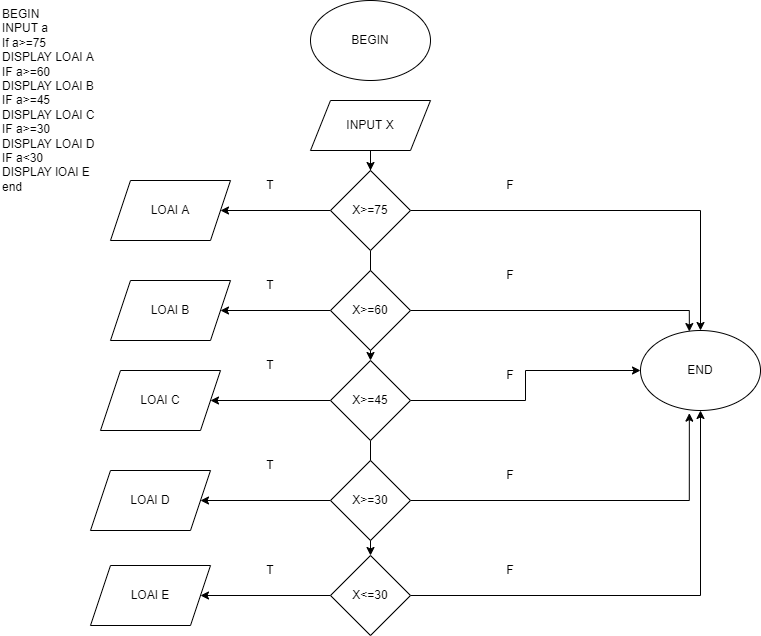
Before: modul1/s3_pseudocode_va_flowchart/bai_tap/bai_toan_dieu_kien.png, a diagram exported from draw.io (nguyenvanhuy656688/C0722G1-Nguyen-Van-Huy). Source tidied: cells renumbered, new cells last; positions are measured from the earlier drawing's top-left corner, leaving out a move shared by most shapes. The source it was exported from:
```xml
<mxGraphModel>
  <root>
    <mxCell id="0" />
    <mxCell id="1" parent="0" />
    <mxCell id="2" value="BEGIN" style="ellipse;whiteSpace=wrap;html=1;" parent="1" vertex="1">
      <mxGeometry x="310" width="120" height="80" as="geometry" />
    </mxCell>
    <mxCell id="3" style="edgeStyle=orthogonalEdgeStyle;rounded=0;jettySize=auto;html=1;" parent="1" edge="1" source="4" target="13">
      <mxGeometry relative="1" as="geometry" />
    </mxCell>
    <mxCell id="4" value="INPUT X" style="shape=parallelogram;perimeter=parallelogramPerimeter;whiteSpace=wrap;html=1;fixedSize=1;" parent="1" vertex="1">
      <mxGeometry x="310" y="100" width="120" height="50" as="geometry" />
    </mxCell>
    <mxCell id="5" value="LOAI A" style="shape=parallelogram;perimeter=parallelogramPerimeter;whiteSpace=wrap;html=1;fixedSize=1;" parent="1" vertex="1">
      <mxGeometry x="110" y="180" width="120" height="60" as="geometry" />
    </mxCell>
    <mxCell id="6" value="LOAI B" style="shape=parallelogram;perimeter=parallelogramPerimeter;whiteSpace=wrap;html=1;fixedSize=1;" parent="1" vertex="1">
      <mxGeometry x="110" y="280" width="120" height="60" as="geometry" />
    </mxCell>
    <mxCell id="7" value="LOAI C" style="shape=parallelogram;perimeter=parallelogramPerimeter;whiteSpace=wrap;html=1;fixedSize=1;" parent="1" vertex="1">
      <mxGeometry x="100" y="370" width="120" height="60" as="geometry" />
    </mxCell>
    <mxCell id="8" value="LOAI D" style="shape=parallelogram;perimeter=parallelogramPerimeter;whiteSpace=wrap;html=1;fixedSize=1;" parent="1" vertex="1">
      <mxGeometry x="90" y="470" width="120" height="60" as="geometry" />
    </mxCell>
    <mxCell id="9" value="LOAI E" style="shape=parallelogram;perimeter=parallelogramPerimeter;whiteSpace=wrap;html=1;fixedSize=1;" parent="1" vertex="1">
      <mxGeometry x="90" y="565" width="120" height="60" as="geometry" />
    </mxCell>
    <mxCell id="10" style="edgeStyle=orthogonalEdgeStyle;rounded=0;jettySize=auto;html=1;entryX=0.5;entryY=0;entryDx=0;entryDy=0;" parent="1" edge="1" source="13" target="27">
      <mxGeometry relative="1" as="geometry" />
    </mxCell>
    <mxCell id="11" style="edgeStyle=orthogonalEdgeStyle;rounded=0;jettySize=auto;html=1;" parent="1" edge="1" source="13" target="20">
      <mxGeometry relative="1" as="geometry" />
    </mxCell>
    <mxCell id="12" style="edgeStyle=orthogonalEdgeStyle;rounded=0;jettySize=auto;html=1;entryX=1;entryY=0.5;entryDx=0;entryDy=0;" parent="1" edge="1" source="13" target="5">
      <mxGeometry relative="1" as="geometry" />
    </mxCell>
    <mxCell id="13" value="X&amp;gt;=75" style="rhombus;whiteSpace=wrap;html=1;" parent="1" vertex="1">
      <mxGeometry x="330" y="170" width="80" height="80" as="geometry" />
    </mxCell>
    <mxCell id="14" style="edgeStyle=orthogonalEdgeStyle;rounded=0;jettySize=auto;html=1;entryX=0.407;entryY=0.013;entryDx=0;entryDy=0;entryPerimeter=0;" parent="1" edge="1" source="16" target="27">
      <mxGeometry relative="1" as="geometry" />
    </mxCell>
    <mxCell id="15" style="edgeStyle=orthogonalEdgeStyle;rounded=0;jettySize=auto;html=1;entryX=1;entryY=0.5;entryDx=0;entryDy=0;" parent="1" edge="1" source="16" target="6">
      <mxGeometry relative="1" as="geometry" />
    </mxCell>
    <mxCell id="16" value="X&amp;gt;=60" style="rhombus;whiteSpace=wrap;html=1;" parent="1" vertex="1">
      <mxGeometry x="330" y="270" width="80" height="80" as="geometry" />
    </mxCell>
    <mxCell id="17" style="edgeStyle=orthogonalEdgeStyle;rounded=0;jettySize=auto;html=1;" parent="1" edge="1" source="20" target="27">
      <mxGeometry relative="1" as="geometry" />
    </mxCell>
    <mxCell id="18" style="edgeStyle=orthogonalEdgeStyle;rounded=0;jettySize=auto;html=1;" parent="1" edge="1" source="20" target="26">
      <mxGeometry relative="1" as="geometry" />
    </mxCell>
    <mxCell id="19" style="edgeStyle=orthogonalEdgeStyle;rounded=0;jettySize=auto;html=1;entryX=1;entryY=0.5;entryDx=0;entryDy=0;" parent="1" edge="1" source="20" target="7">
      <mxGeometry relative="1" as="geometry" />
    </mxCell>
    <mxCell id="20" value="X&amp;gt;=45" style="rhombus;whiteSpace=wrap;html=1;" parent="1" vertex="1">
      <mxGeometry x="330" y="360" width="80" height="80" as="geometry" />
    </mxCell>
    <mxCell id="21" style="edgeStyle=orthogonalEdgeStyle;rounded=0;jettySize=auto;html=1;entryX=0.407;entryY=1.033;entryDx=0;entryDy=0;entryPerimeter=0;" parent="1" edge="1" source="23" target="27">
      <mxGeometry relative="1" as="geometry" />
    </mxCell>
    <mxCell id="22" style="edgeStyle=orthogonalEdgeStyle;rounded=0;jettySize=auto;html=1;entryX=1;entryY=0.5;entryDx=0;entryDy=0;" parent="1" edge="1" source="23" target="8">
      <mxGeometry relative="1" as="geometry" />
    </mxCell>
    <mxCell id="23" value="X&amp;gt;=30" style="rhombus;whiteSpace=wrap;html=1;" parent="1" vertex="1">
      <mxGeometry x="330" y="460" width="80" height="80" as="geometry" />
    </mxCell>
    <mxCell id="24" style="edgeStyle=orthogonalEdgeStyle;rounded=0;jettySize=auto;html=1;entryX=0.5;entryY=1;entryDx=0;entryDy=0;" parent="1" edge="1" source="26" target="27">
      <mxGeometry relative="1" as="geometry" />
    </mxCell>
    <mxCell id="25" style="edgeStyle=orthogonalEdgeStyle;rounded=0;jettySize=auto;html=1;entryX=1;entryY=0.5;entryDx=0;entryDy=0;" parent="1" edge="1" source="26" target="9">
      <mxGeometry relative="1" as="geometry" />
    </mxCell>
    <mxCell id="26" value="X&amp;lt;=30" style="rhombus;whiteSpace=wrap;html=1;" parent="1" vertex="1">
      <mxGeometry x="330" y="555" width="80" height="80" as="geometry" />
    </mxCell>
    <mxCell id="27" value="END" style="ellipse;whiteSpace=wrap;html=1;" parent="1" vertex="1">
      <mxGeometry x="640" y="330" width="120" height="80" as="geometry" />
    </mxCell>
    <mxCell id="28" value="T" style="text;html=1;strokeColor=none;fillColor=none;align=center;verticalAlign=middle;whiteSpace=wrap;rounded=0;" parent="1" vertex="1">
      <mxGeometry x="240" y="170" width="60" height="30" as="geometry" />
    </mxCell>
    <mxCell id="29" value="T" style="text;html=1;strokeColor=none;fillColor=none;align=center;verticalAlign=middle;whiteSpace=wrap;rounded=0;" parent="1" vertex="1">
      <mxGeometry x="240" y="270" width="60" height="30" as="geometry" />
    </mxCell>
    <mxCell id="30" value="T" style="text;html=1;strokeColor=none;fillColor=none;align=center;verticalAlign=middle;whiteSpace=wrap;rounded=0;" parent="1" vertex="1">
      <mxGeometry x="240" y="350" width="60" height="30" as="geometry" />
    </mxCell>
    <mxCell id="31" value="T" style="text;html=1;strokeColor=none;fillColor=none;align=center;verticalAlign=middle;whiteSpace=wrap;rounded=0;" parent="1" vertex="1">
      <mxGeometry x="240" y="450" width="60" height="30" as="geometry" />
    </mxCell>
    <mxCell id="32" value="T" style="text;html=1;strokeColor=none;fillColor=none;align=center;verticalAlign=middle;whiteSpace=wrap;rounded=0;" parent="1" vertex="1">
      <mxGeometry x="240" y="555" width="60" height="30" as="geometry" />
    </mxCell>
    <mxCell id="33" value="F" style="text;html=1;strokeColor=none;fillColor=none;align=center;verticalAlign=middle;whiteSpace=wrap;rounded=0;" parent="1" vertex="1">
      <mxGeometry x="480" y="170" width="60" height="30" as="geometry" />
    </mxCell>
    <mxCell id="34" value="F" style="text;html=1;strokeColor=none;fillColor=none;align=center;verticalAlign=middle;whiteSpace=wrap;rounded=0;" parent="1" vertex="1">
      <mxGeometry x="480" y="260" width="60" height="30" as="geometry" />
    </mxCell>
    <mxCell id="35" value="F" style="text;html=1;strokeColor=none;fillColor=none;align=center;verticalAlign=middle;whiteSpace=wrap;rounded=0;" parent="1" vertex="1">
      <mxGeometry x="480" y="360" width="60" height="30" as="geometry" />
    </mxCell>
    <mxCell id="36" value="F" style="text;html=1;strokeColor=none;fillColor=none;align=center;verticalAlign=middle;whiteSpace=wrap;rounded=0;" parent="1" vertex="1">
      <mxGeometry x="480" y="460" width="60" height="30" as="geometry" />
    </mxCell>
    <mxCell id="37" value="F" style="text;html=1;strokeColor=none;fillColor=none;align=center;verticalAlign=middle;whiteSpace=wrap;rounded=0;" parent="1" vertex="1">
      <mxGeometry x="480" y="555" width="60" height="30" as="geometry" />
    </mxCell>
    <mxCell id="38" value="BEGIN&#10;INPUT a&#10;If a&gt;=75&#10;DISPLAY LOAI A&#10;IF a&gt;=60&#10;DISPLAY LOAI B&#10;IF a&gt;=45&#10;DISPLAY LOAI C&#10;IF a&gt;=30&#10;DISPLAY LOAI D&#10;IF a&lt;30&#10;DISPLAY lOAI E&#10;end" style="text;whiteSpace=wrap;html=1;" parent="1" vertex="1">
      <mxGeometry width="130" height="210" as="geometry" />
    </mxCell>
  </root>
</mxGraphModel>
```
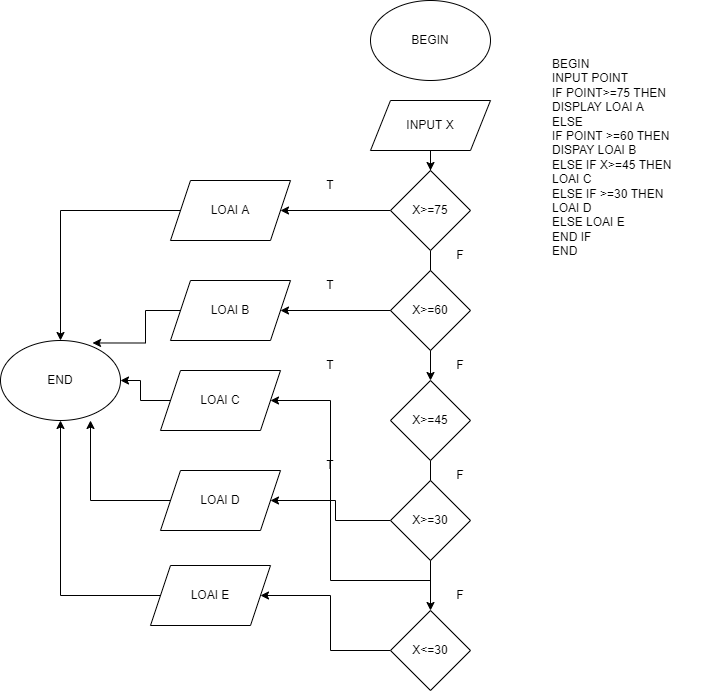
The same file after the commit.

Commit message:
bai_tap

Change to the diagram source:
```diff
@@ -11,24 +11,36 @@
     <mxCell id="4" value="INPUT X" style="shape=parallelogram;perimeter=parallelogramPerimeter;whiteSpace=wrap;html=1;fixedSize=1;" parent="1" vertex="1">
       <mxGeometry x="310" y="100" width="120" height="50" as="geometry" />
     </mxCell>
+    <mxCell id="39" style="edgeStyle=orthogonalEdgeStyle;rounded=0;jettySize=auto;html=1;entryX=0.5;entryY=0;entryDx=0;entryDy=0;" parent="1" edge="1" source="5" target="27">
+      <mxGeometry relative="1" as="geometry" />
+    </mxCell>
     <mxCell id="5" value="LOAI A" style="shape=parallelogram;perimeter=parallelogramPerimeter;whiteSpace=wrap;html=1;fixedSize=1;" parent="1" vertex="1">
       <mxGeometry x="110" y="180" width="120" height="60" as="geometry" />
     </mxCell>
+    <mxCell id="40" style="edgeStyle=orthogonalEdgeStyle;rounded=0;jettySize=auto;html=1;entryX=0.767;entryY=0.031;entryDx=0;entryDy=0;entryPerimeter=0;" parent="1" edge="1" source="6" target="27">
+      <mxGeometry relative="1" as="geometry" />
+    </mxCell>
     <mxCell id="6" value="LOAI B" style="shape=parallelogram;perimeter=parallelogramPerimeter;whiteSpace=wrap;html=1;fixedSize=1;" parent="1" vertex="1">
       <mxGeometry x="110" y="280" width="120" height="60" as="geometry" />
     </mxCell>
+    <mxCell id="41" style="edgeStyle=orthogonalEdgeStyle;rounded=0;jettySize=auto;html=1;" parent="1" edge="1" source="7" target="27">
+      <mxGeometry relative="1" as="geometry" />
+    </mxCell>
     <mxCell id="7" value="LOAI C" style="shape=parallelogram;perimeter=parallelogramPerimeter;whiteSpace=wrap;html=1;fixedSize=1;" parent="1" vertex="1">
       <mxGeometry x="100" y="370" width="120" height="60" as="geometry" />
     </mxCell>
+    <mxCell id="42" style="edgeStyle=orthogonalEdgeStyle;rounded=0;jettySize=auto;html=1;entryX=0.75;entryY=1;entryDx=0;entryDy=0;entryPerimeter=0;" parent="1" edge="1" source="8" target="27">
+      <mxGeometry relative="1" as="geometry" />
+    </mxCell>
     <mxCell id="8" value="LOAI D" style="shape=parallelogram;perimeter=parallelogramPerimeter;whiteSpace=wrap;html=1;fixedSize=1;" parent="1" vertex="1">
-      <mxGeometry x="90" y="470" width="120" height="60" as="geometry" />
+      <mxGeometry x="100" y="470" width="120" height="60" as="geometry" />
     </mxCell>
+    <mxCell id="43" style="edgeStyle=orthogonalEdgeStyle;rounded=0;jettySize=auto;html=1;entryX=0.5;entryY=1;entryDx=0;entryDy=0;" parent="1" edge="1" source="9" target="27">
+      <mxGeometry relative="1" as="geometry" />
+    </mxCell>
     <mxCell id="9" value="LOAI E" style="shape=parallelogram;perimeter=parallelogramPerimeter;whiteSpace=wrap;html=1;fixedSize=1;" parent="1" vertex="1">
       <mxGeometry x="90" y="565" width="120" height="60" as="geometry" />
     </mxCell>
-    <mxCell id="10" style="edgeStyle=orthogonalEdgeStyle;rounded=0;jettySize=auto;html=1;entryX=0.5;entryY=0;entryDx=0;entryDy=0;" parent="1" edge="1" source="13" target="27">
-      <mxGeometry relative="1" as="geometry" />
-    </mxCell>
     <mxCell id="11" style="edgeStyle=orthogonalEdgeStyle;rounded=0;jettySize=auto;html=1;" parent="1" edge="1" source="13" target="20">
       <mxGeometry relative="1" as="geometry" />
     </mxCell>
@@ -38,47 +50,41 @@
     <mxCell id="13" value="X&amp;gt;=75" style="rhombus;whiteSpace=wrap;html=1;" parent="1" vertex="1">
       <mxGeometry x="330" y="170" width="80" height="80" as="geometry" />
     </mxCell>
-    <mxCell id="14" style="edgeStyle=orthogonalEdgeStyle;rounded=0;jettySize=auto;html=1;entryX=0.407;entryY=0.013;entryDx=0;entryDy=0;entryPerimeter=0;" parent="1" edge="1" source="16" target="27">
-      <mxGeometry relative="1" as="geometry" />
-    </mxCell>
     <mxCell id="15" style="edgeStyle=orthogonalEdgeStyle;rounded=0;jettySize=auto;html=1;entryX=1;entryY=0.5;entryDx=0;entryDy=0;" parent="1" edge="1" source="16" target="6">
       <mxGeometry relative="1" as="geometry" />
     </mxCell>
     <mxCell id="16" value="X&amp;gt;=60" style="rhombus;whiteSpace=wrap;html=1;" parent="1" vertex="1">
       <mxGeometry x="330" y="270" width="80" height="80" as="geometry" />
     </mxCell>
-    <mxCell id="17" style="edgeStyle=orthogonalEdgeStyle;rounded=0;jettySize=auto;html=1;" parent="1" edge="1" source="20" target="27">
-      <mxGeometry relative="1" as="geometry" />
-    </mxCell>
     <mxCell id="18" style="edgeStyle=orthogonalEdgeStyle;rounded=0;jettySize=auto;html=1;" parent="1" edge="1" source="20" target="26">
       <mxGeometry relative="1" as="geometry" />
     </mxCell>
     <mxCell id="19" style="edgeStyle=orthogonalEdgeStyle;rounded=0;jettySize=auto;html=1;entryX=1;entryY=0.5;entryDx=0;entryDy=0;" parent="1" edge="1" source="20" target="7">
-      <mxGeometry relative="1" as="geometry" />
+      <mxGeometry relative="1" as="geometry">
+        <Array as="points">
+          <mxPoint x="370" y="580" />
+          <mxPoint x="270" y="580" />
+          <mxPoint x="270" y="400" />
+        </Array>
+      </mxGeometry>
     </mxCell>
     <mxCell id="20" value="X&amp;gt;=45" style="rhombus;whiteSpace=wrap;html=1;" parent="1" vertex="1">
-      <mxGeometry x="330" y="360" width="80" height="80" as="geometry" />
+      <mxGeometry x="330" y="380" width="80" height="80" as="geometry" />
     </mxCell>
-    <mxCell id="21" style="edgeStyle=orthogonalEdgeStyle;rounded=0;jettySize=auto;html=1;entryX=0.407;entryY=1.033;entryDx=0;entryDy=0;entryPerimeter=0;" parent="1" edge="1" source="23" target="27">
-      <mxGeometry relative="1" as="geometry" />
-    </mxCell>
     <mxCell id="22" style="edgeStyle=orthogonalEdgeStyle;rounded=0;jettySize=auto;html=1;entryX=1;entryY=0.5;entryDx=0;entryDy=0;" parent="1" edge="1" source="23" target="8">
       <mxGeometry relative="1" as="geometry" />
     </mxCell>
     <mxCell id="23" value="X&amp;gt;=30" style="rhombus;whiteSpace=wrap;html=1;" parent="1" vertex="1">
-      <mxGeometry x="330" y="460" width="80" height="80" as="geometry" />
+      <mxGeometry x="330" y="480" width="80" height="80" as="geometry" />
     </mxCell>
-    <mxCell id="24" style="edgeStyle=orthogonalEdgeStyle;rounded=0;jettySize=auto;html=1;entryX=0.5;entryY=1;entryDx=0;entryDy=0;" parent="1" edge="1" source="26" target="27">
-      <mxGeometry relative="1" as="geometry" />
-    </mxCell>
     <mxCell id="25" style="edgeStyle=orthogonalEdgeStyle;rounded=0;jettySize=auto;html=1;entryX=1;entryY=0.5;entryDx=0;entryDy=0;" parent="1" edge="1" source="26" target="9">
       <mxGeometry relative="1" as="geometry" />
     </mxCell>
     <mxCell id="26" value="X&amp;lt;=30" style="rhombus;whiteSpace=wrap;html=1;" parent="1" vertex="1">
-      <mxGeometry x="330" y="555" width="80" height="80" as="geometry" />
+      <mxGeometry x="330" y="610" width="80" height="80" as="geometry" />
     </mxCell>
     <mxCell id="27" value="END" style="ellipse;whiteSpace=wrap;html=1;" parent="1" vertex="1">
-      <mxGeometry x="640" y="330" width="120" height="80" as="geometry" />
+      <mxGeometry x="-60" y="340" width="120" height="80" as="geometry" />
     </mxCell>
     <mxCell id="28" value="T" style="text;html=1;strokeColor=none;fillColor=none;align=center;verticalAlign=middle;whiteSpace=wrap;rounded=0;" parent="1" vertex="1">
       <mxGeometry x="240" y="170" width="60" height="30" as="geometry" />
@@ -92,26 +98,20 @@
     <mxCell id="31" value="T" style="text;html=1;strokeColor=none;fillColor=none;align=center;verticalAlign=middle;whiteSpace=wrap;rounded=0;" parent="1" vertex="1">
       <mxGeometry x="240" y="450" width="60" height="30" as="geometry" />
     </mxCell>
-    <mxCell id="32" value="T" style="text;html=1;strokeColor=none;fillColor=none;align=center;verticalAlign=middle;whiteSpace=wrap;rounded=0;" parent="1" vertex="1">
-      <mxGeometry x="240" y="555" width="60" height="30" as="geometry" />
-    </mxCell>
-    <mxCell id="33" value="F" style="text;html=1;strokeColor=none;fillColor=none;align=center;verticalAlign=middle;whiteSpace=wrap;rounded=0;" parent="1" vertex="1">
-      <mxGeometry x="480" y="170" width="60" height="30" as="geometry" />
-    </mxCell>
-    <mxCell id="34" value="F" style="text;html=1;strokeColor=none;fillColor=none;align=center;verticalAlign=middle;whiteSpace=wrap;rounded=0;" parent="1" vertex="1">
-      <mxGeometry x="480" y="260" width="60" height="30" as="geometry" />
-    </mxCell>
-    <mxCell id="35" value="F" style="text;html=1;strokeColor=none;fillColor=none;align=center;verticalAlign=middle;whiteSpace=wrap;rounded=0;" parent="1" vertex="1">
-      <mxGeometry x="480" y="360" width="60" height="30" as="geometry" />
-    </mxCell>
-    <mxCell id="36" value="F" style="text;html=1;strokeColor=none;fillColor=none;align=center;verticalAlign=middle;whiteSpace=wrap;rounded=0;" parent="1" vertex="1">
-      <mxGeometry x="480" y="460" width="60" height="30" as="geometry" />
-    </mxCell>
-    <mxCell id="37" value="F" style="text;html=1;strokeColor=none;fillColor=none;align=center;verticalAlign=middle;whiteSpace=wrap;rounded=0;" parent="1" vertex="1">
-      <mxGeometry x="480" y="555" width="60" height="30" as="geometry" />
-    </mxCell>
-    <mxCell id="38" value="BEGIN&#10;INPUT a&#10;If a&gt;=75&#10;DISPLAY LOAI A&#10;IF a&gt;=60&#10;DISPLAY LOAI B&#10;IF a&gt;=45&#10;DISPLAY LOAI C&#10;IF a&gt;=30&#10;DISPLAY LOAI D&#10;IF a&lt;30&#10;DISPLAY lOAI E&#10;end" style="text;whiteSpace=wrap;html=1;" parent="1" vertex="1">
-      <mxGeometry width="130" height="210" as="geometry" />
-    </mxCell>
+    <mxCell id="44" value="F" style="text;html=1;strokeColor=none;fillColor=none;align=center;verticalAlign=middle;whiteSpace=wrap;rounded=0;" parent="1" vertex="1">
+      <mxGeometry x="370" y="240" width="60" height="30" as="geometry" />
+    </mxCell>
+    <mxCell id="45" value="F" style="text;html=1;strokeColor=none;fillColor=none;align=center;verticalAlign=middle;whiteSpace=wrap;rounded=0;" parent="1" vertex="1">
+      <mxGeometry x="370" y="350" width="60" height="30" as="geometry" />
+    </mxCell>
+    <mxCell id="46" value="F" style="text;html=1;strokeColor=none;fillColor=none;align=center;verticalAlign=middle;whiteSpace=wrap;rounded=0;" parent="1" vertex="1">
+      <mxGeometry x="370" y="460" width="60" height="30" as="geometry" />
+    </mxCell>
+    <mxCell id="47" value="F" style="text;html=1;strokeColor=none;fillColor=none;align=center;verticalAlign=middle;whiteSpace=wrap;rounded=0;" parent="1" vertex="1">
+      <mxGeometry x="370" y="580" width="60" height="30" as="geometry" />
+    </mxCell>
+    <mxCell id="48" value="BEGIN&lt;br&gt;INPUT POINT&lt;br&gt;IF POINT&amp;gt;=75 THEN&amp;nbsp;&lt;br&gt;DISPLAY LOAI A&lt;br&gt;ELSE&lt;br&gt;IF POINT &amp;gt;=60 THEN&lt;br&gt;DISPAY LOAI B&lt;br&gt;ELSE IF X&amp;gt;=45 THEN&lt;br&gt;LOAI C&lt;br&gt;ELSE IF &amp;gt;=30 THEN&lt;br&gt;LOAI D&lt;br&gt;ELSE LOAI E&lt;br&gt;END IF&lt;br&gt;END" style="text;whiteSpace=wrap;html=1;" parent="1" vertex="1">
+      <mxGeometry x="490" y="50" width="150" height="200" as="geometry" />
+    </mxCell>
   </root>
 </mxGraphModel>
```
